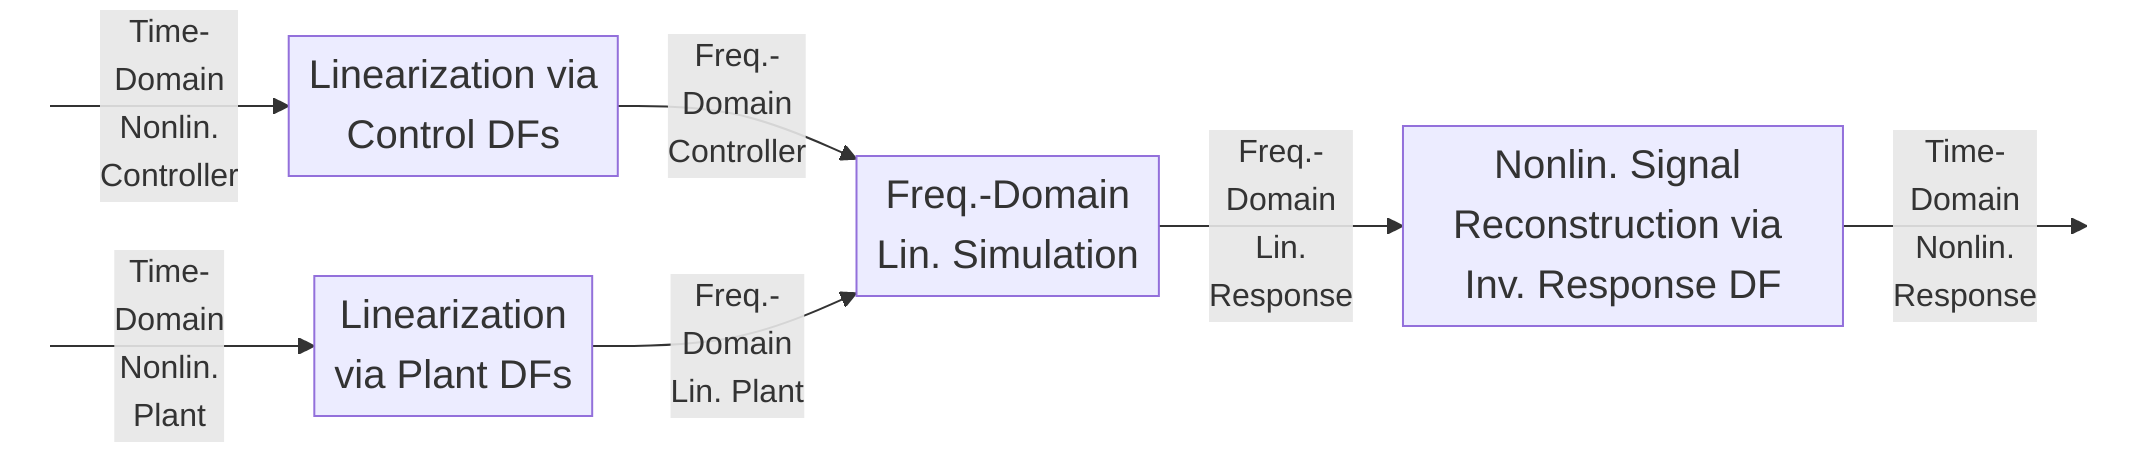
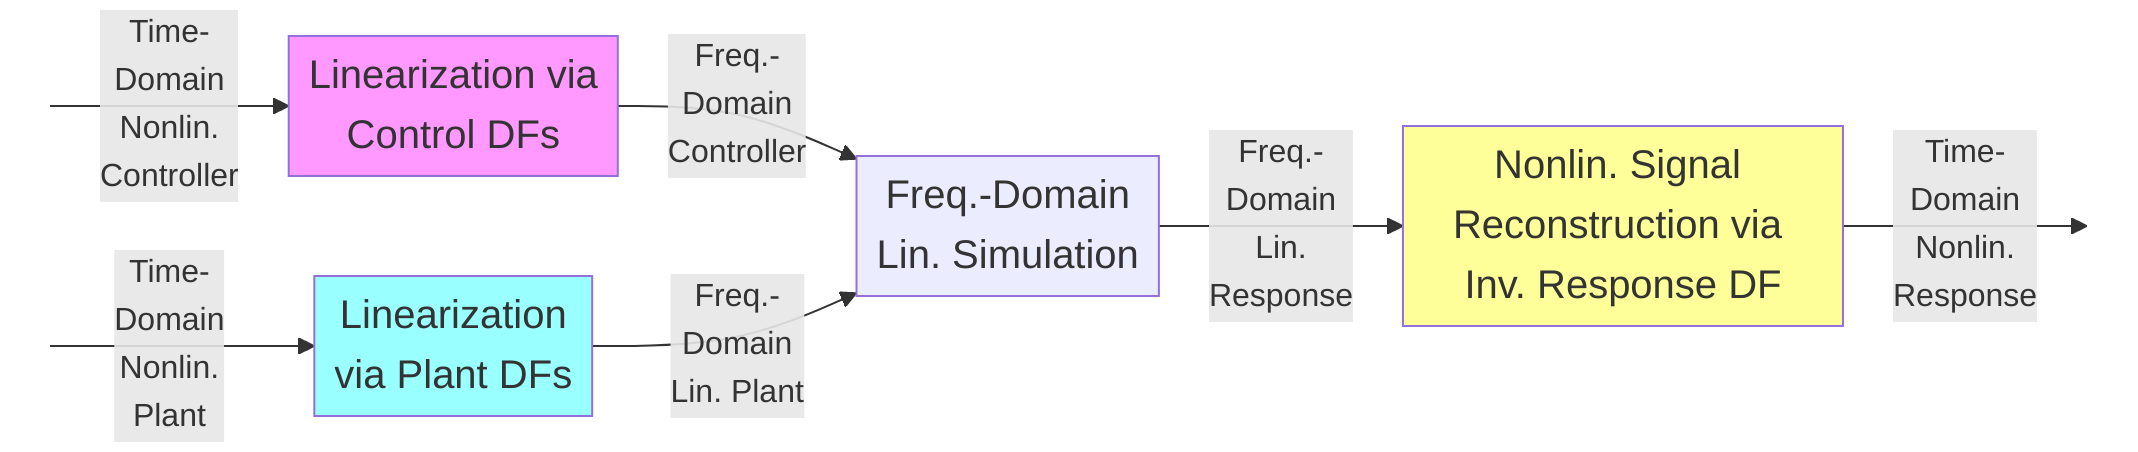
%%{init: {'flowchart': { 'padding': 5 , 'diagramPadding': 5 , 'useMaxWidth': false} }}%%
flowchart LR
    N[ ] --> |Time-<br />Domain <br />Nonlin. <br />Controller|M
    M[Linearization via<br /> Control DFs] --> |Freq.-<br />Domain <br />Controller|C
    A[ ] --> |Time-<br />Domain <br />Nonlin. <br />Plant|B[Linearization <br />via Plant DFs]
    B -->|Freq.-<br />Domain <br />Lin. Plant| C[Freq.-Domain <br />Lin. Simulation]
    C -->|Freq.-<br />Domain <br />Lin. <br />Response| E[Nonlin. Signal Reconstruction via <br />Inv. Response DF]
    E -->|Time-<br />Domain <br />Nonlin. <br />Response| F[" "]

    classDef hidden fill:transparent,stroke:transparent,color:transparent;
    class A,N,F hidden;
    classDef bigFont font-size:20px
-     class M,C,B,E bigFont+     class M,C,B,E bigFont
+ 
+     classDef controller fill:#f9f
+     class M controller
+     classDef plant fill:#9ff
+     class B plant
+     classDef response fill:#ff9
+     class E response